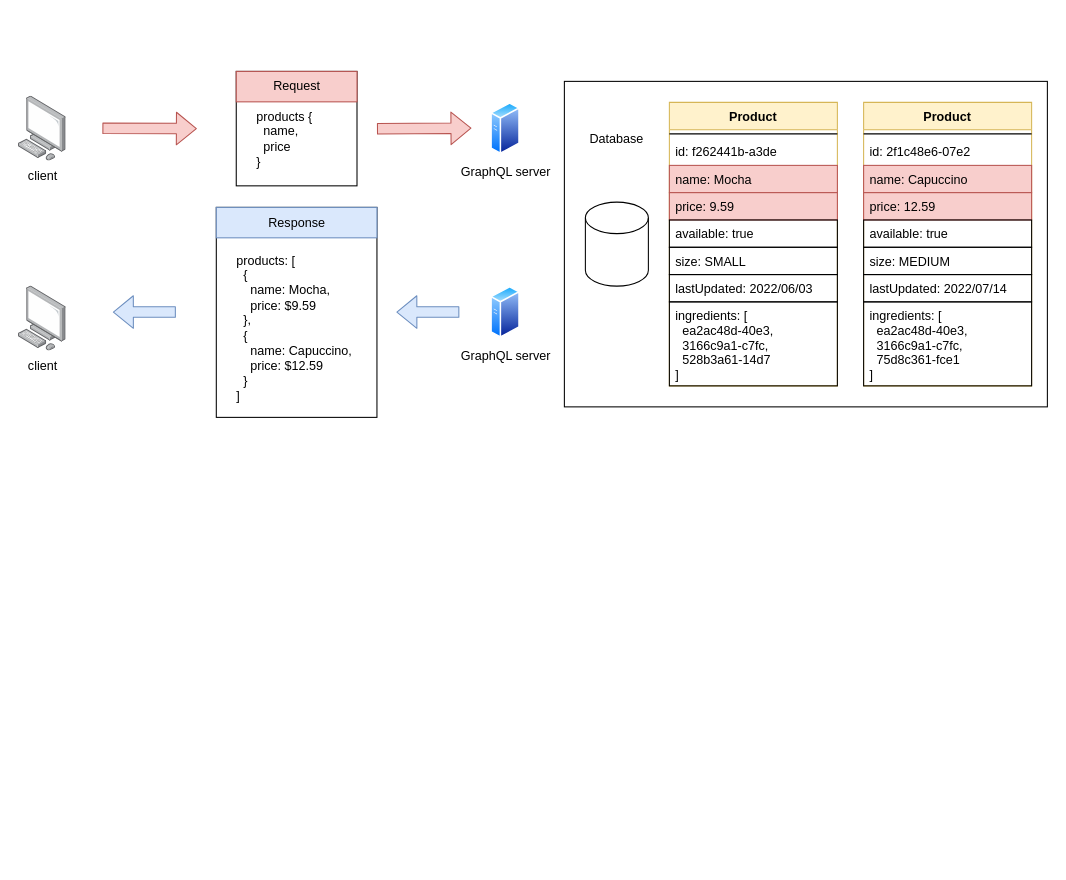
Above: page "8.1" (1 of 17) of ch08.drawio in abunuwas/microservices-apis-img (draw.io), before the change. Source tidied: cells renumbered, new cells numbered last; positions are measured from the earlier drawing's top-left corner, leaving out a move shared by most shapes. Both pictures are drawn from the tidied source at 105%, with x=0, y=0 at pixel (18, 70).
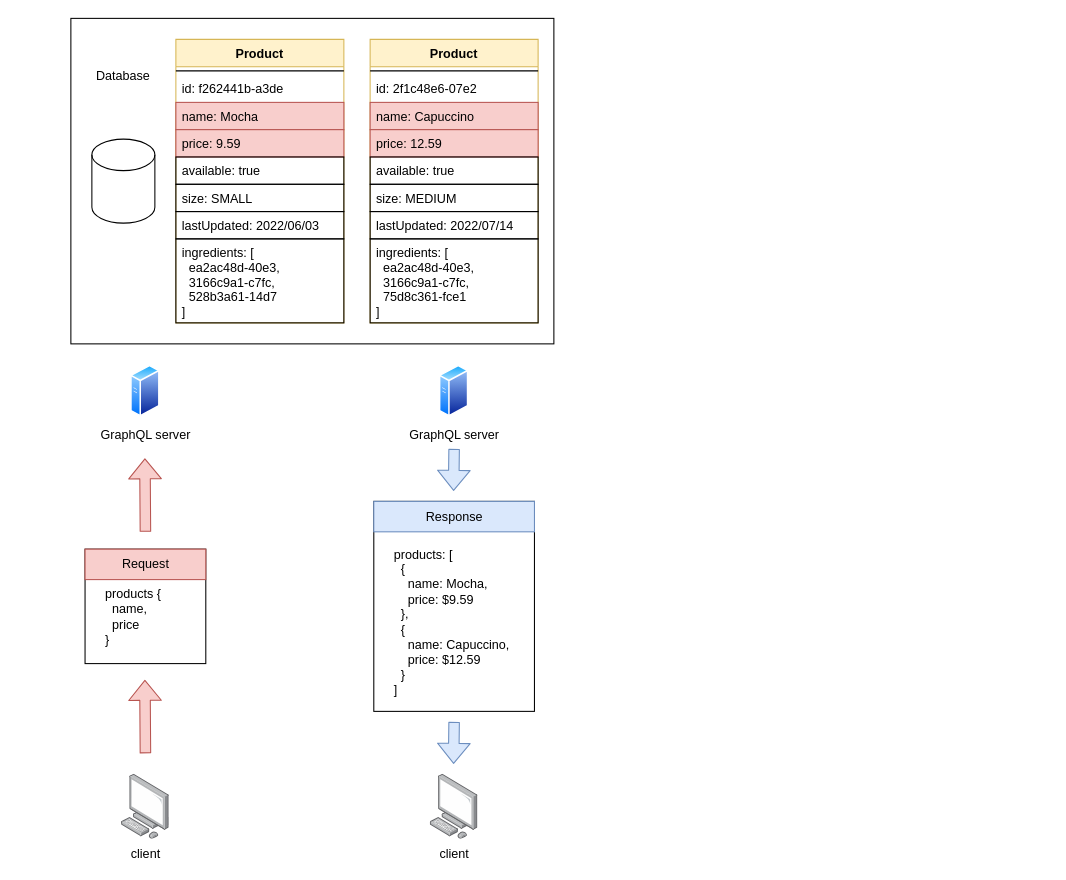
After the change.

Diff of the diagram source:
```diff
@@
     <mxCell id="2" style="rounded=0;whiteSpace=wrap;html=1;strokeColor=#000000;" parent="1" vertex="1">
-      <mxGeometry x="520" y="10" width="460" height="310" as="geometry" />
+      <mxGeometry x="50" y="-50" width="460" height="310" as="geometry" />
     </mxCell>
     <mxCell id="3" value="Product" style="swimlane;fontStyle=1;align=center;verticalAlign=top;horizontal=1;startSize=26;fillColor=#fff2cc;strokeColor=#d6b656;" parent="1" vertex="1">
-      <mxGeometry x="805" y="30" width="160" height="270" as="geometry" />
+      <mxGeometry x="335" y="-30" width="160" height="270" as="geometry" />
     </mxCell>
@@
     <mxCell id="12" value="Product" style="swimlane;fontStyle=1;align=center;verticalAlign=top;horizontal=1;startSize=26;fillColor=#fff2cc;strokeColor=#d6b656;" parent="1" vertex="1">
-      <mxGeometry x="620" y="30" width="160" height="270" as="geometry" />
+      <mxGeometry x="150" y="-30" width="160" height="270" as="geometry" />
     </mxCell>
@@
     <mxCell id="21" value="client" style="html=1;align=center;shadow=0;dashed=0;image;image=img/lib/allied_telesis/computer_and_terminals/Personal_Computer.svg;strokeColor=#000000;" parent="1" vertex="1">
-      <mxGeometry y="24.1" width="45.6" height="61.8" as="geometry" />
+      <mxGeometry x="98.2" y="670" width="45.6" height="61.8" as="geometry" />
     </mxCell>
     <mxCell id="22" style="rounded=0;whiteSpace=wrap;html=1;strokeColor=#000000;" parent="1" vertex="1">
-      <mxGeometry x="207.5" y="0.5" width="115" height="109" as="geometry" />
+      <mxGeometry x="63.5" y="455.5" width="115" height="109" as="geometry" />
     </mxCell>
     <mxCell id="23" value="products { &lt;br&gt;&amp;nbsp; name, &lt;br&gt;&amp;nbsp; price &lt;br&gt;}" style="text;html=1;strokeColor=none;fillColor=none;align=left;verticalAlign=middle;whiteSpace=wrap;rounded=0;" parent="1" vertex="1">
-      <mxGeometry x="225" y="39.5" width="80" height="50" as="geometry" />
+      <mxGeometry x="81" y="494.5" width="80" height="50" as="geometry" />
     </mxCell>
     <mxCell id="24" value="Request" style="text;html=1;fillColor=#f8cecc;align=center;verticalAlign=middle;whiteSpace=wrap;rounded=0;strokeColor=#b85450;" parent="1" vertex="1">
-      <mxGeometry x="207.5" y="0.5" width="115" height="29" as="geometry" />
+      <mxGeometry x="63.5" y="455.5" width="115" height="29" as="geometry" />
     </mxCell>
     <mxCell id="25" value="GraphQL server" style="perimeter=ellipsePerimeter;html=1;align=center;shadow=0;dashed=0;spacingTop=3;image;image=img/lib/active_directory/generic_server.svg;strokeColor=#000000;" parent="1" vertex="1">
-      <mxGeometry x="450" y="30" width="28" height="50" as="geometry" />
+      <mxGeometry x="107" y="280" width="28" height="50" as="geometry" />
     </mxCell>
     <mxCell id="26" style="shape=cylinder3;whiteSpace=wrap;html=1;boundedLbl=1;backgroundOutline=1;size=15;strokeColor=#000000;" parent="1" vertex="1">
-      <mxGeometry x="540" y="125" width="60" height="80" as="geometry" />
+      <mxGeometry x="70" y="65" width="60" height="80" as="geometry" />
     </mxCell>
     <mxCell id="27" style="rounded=0;whiteSpace=wrap;html=1;strokeColor=#000000;" parent="1" vertex="1">
-      <mxGeometry x="188.5" y="130" width="153" height="200" as="geometry" />
+      <mxGeometry x="338.5" y="410" width="153" height="200" as="geometry" />
     </mxCell>
     <mxCell id="28" value="products: [&lt;br&gt;&amp;nbsp; {&lt;br&gt;&amp;nbsp; &amp;nbsp; name: Mocha,&lt;br&gt;&amp;nbsp; &amp;nbsp; price: $9.59&lt;br&gt;&amp;nbsp; },&lt;br&gt;&amp;nbsp; {&lt;br&gt;&amp;nbsp; &amp;nbsp; name: Capuccino,&lt;br&gt;&amp;nbsp; &amp;nbsp; price: $12.59&lt;br&gt;&amp;nbsp; }&lt;br&gt;]" style="text;html=1;strokeColor=none;fillColor=none;align=left;verticalAlign=middle;whiteSpace=wrap;rounded=0;" parent="1" vertex="1">
-      <mxGeometry x="206" y="169" width="118" height="151" as="geometry" />
+      <mxGeometry x="356" y="449" width="118" height="151" as="geometry" />
     </mxCell>
     <mxCell id="29" value="Response" style="text;html=1;fillColor=#dae8fc;align=center;verticalAlign=middle;whiteSpace=wrap;rounded=0;strokeColor=#6c8ebf;" parent="1" vertex="1">
-      <mxGeometry x="188.5" y="130" width="153" height="29" as="geometry" />
+      <mxGeometry x="338.5" y="410" width="153" height="29" as="geometry" />
     </mxCell>
     <mxCell id="30" style="shape=flexArrow;endArrow=classic;html=1;fillColor=#f8cecc;strokeColor=#b85450;" parent="1" edge="1">
       <mxGeometry relative="1" as="geometry">
-        <mxPoint x="80" y="54.6" as="sourcePoint" />
-        <mxPoint x="170" y="55" as="targetPoint" />
+        <mxPoint x="121" y="650" as="sourcePoint" />
+        <mxPoint x="120.5" y="580" as="targetPoint" />
       </mxGeometry>
     </mxCell>
-    <mxCell id="31" style="shape=flexArrow;endArrow=classic;html=1;fillColor=#dae8fc;strokeColor=#6c8ebf;" parent="1" edge="1">
-      <mxGeometry relative="1" as="geometry">
-        <mxPoint x="420" y="229.6" as="sourcePoint" />
-        <mxPoint x="360" y="229.7" as="targetPoint" />
-      </mxGeometry>
-    </mxCell>
     <mxCell id="32" value="GraphQL server" style="perimeter=ellipsePerimeter;html=1;align=center;shadow=0;dashed=0;spacingTop=3;image;image=img/lib/active_directory/generic_server.svg;strokeColor=#000000;" parent="1" vertex="1">
-      <mxGeometry x="450" y="205" width="28" height="50" as="geometry" />
+      <mxGeometry x="401" y="280" width="28" height="50" as="geometry" />
     </mxCell>
     <mxCell id="33" value="client" style="html=1;align=center;shadow=0;dashed=0;image;image=img/lib/allied_telesis/computer_and_terminals/Personal_Computer.svg;strokeColor=#000000;" parent="1" vertex="1">
-      <mxGeometry y="205" width="45.6" height="61.8" as="geometry" />
+      <mxGeometry x="392.2" y="670" width="45.6" height="61.8" as="geometry" />
     </mxCell>
-    <mxCell id="34" style="shape=flexArrow;endArrow=classic;html=1;fillColor=#f8cecc;strokeColor=#b85450;" parent="1" edge="1">
-      <mxGeometry relative="1" as="geometry">
-        <mxPoint x="341.5" y="55.1" as="sourcePoint" />
-        <mxPoint x="431.5" y="54.6" as="targetPoint" />
-      </mxGeometry>
-    </mxCell>
     <mxCell id="35" style="shape=flexArrow;endArrow=classic;html=1;fillColor=#dae8fc;strokeColor=#6c8ebf;" parent="1" edge="1">
       <mxGeometry relative="1" as="geometry">
-        <mxPoint x="150" y="229.6" as="sourcePoint" />
-        <mxPoint x="90" y="229.7" as="targetPoint" />
+        <mxPoint x="415" y="620" as="sourcePoint" />
+        <mxPoint x="414.5" y="660" as="targetPoint" />
       </mxGeometry>
     </mxCell>
     <mxCell id="36" value="Database" style="text;html=1;strokeColor=none;fillColor=none;align=center;verticalAlign=middle;whiteSpace=wrap;rounded=0;" parent="1" vertex="1">
-      <mxGeometry x="535" y="49.5" width="70" height="30" as="geometry" />
+      <mxGeometry x="65" y="-10.5" width="70" height="30" as="geometry" />
     </mxCell>
+    <mxCell id="37" style="shape=flexArrow;endArrow=classic;html=1;fillColor=#dae8fc;strokeColor=#6c8ebf;" parent="1" edge="1">
+      <mxGeometry relative="1" as="geometry">
+        <mxPoint x="415" y="360" as="sourcePoint" />
+        <mxPoint x="414.5" y="400" as="targetPoint" />
+      </mxGeometry>
+    </mxCell>
+    <mxCell id="38" style="shape=flexArrow;endArrow=classic;html=1;fillColor=#f8cecc;strokeColor=#b85450;" parent="1" edge="1">
+      <mxGeometry relative="1" as="geometry">
+        <mxPoint x="121" y="439" as="sourcePoint" />
+        <mxPoint x="120.5" y="369" as="targetPoint" />
+      </mxGeometry>
+    </mxCell>
```
